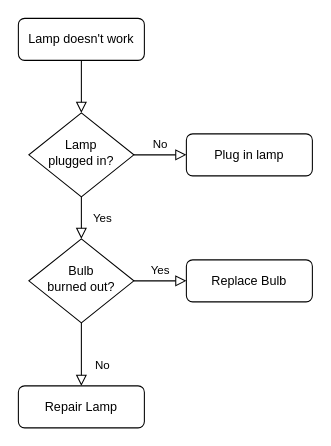
Above: Untitled Diagram.drawio in LFernandoTS/proyectodemo (draw.io), before the change. Source tidied: cells renumbered, new cells numbered last; positions are measured from the earlier drawing's top-left corner, leaving out a move shared by most shapes. Both pictures are drawn from the tidied source at 105%, with x=0, y=0 at pixel (18, 18).
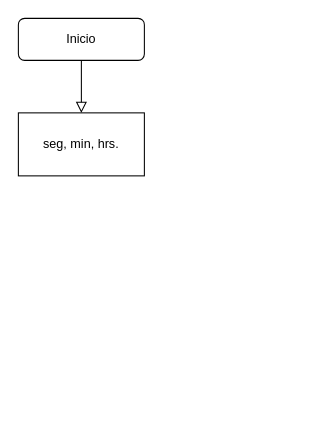
The same diagram, later.

What changed in the source:
```diff
@@
 <mxGraphModel>
   <root>
     <mxCell id="0" />
     <mxCell id="1" parent="0" />
-    <mxCell id="2" style="rounded=0;html=1;jettySize=auto;fontSize=11;endArrow=block;endFill=0;endSize=8;strokeWidth=1;shadow=0;labelBackgroundColor=none;edgeStyle=orthogonalEdgeStyle;" parent="1" edge="1" source="3" target="6">
+    <mxCell id="2" style="rounded=0;html=1;jettySize=auto;fontSize=11;endArrow=block;endFill=0;endSize=8;strokeWidth=1;shadow=0;labelBackgroundColor=none;edgeStyle=orthogonalEdgeStyle;entryX=0.5;entryY=0;entryDx=0;entryDy=0;" parent="1" edge="1" source="3" target="13">
       <mxGeometry relative="1" as="geometry" />
     </mxCell>
-    <mxCell id="3" value="Lamp doesn't work" style="rounded=1;whiteSpace=wrap;html=1;fontSize=12;glass=0;strokeWidth=1;shadow=0;" parent="1" vertex="1">
+    <mxCell id="3" value="Inicio" style="rounded=1;whiteSpace=wrap;html=1;fontSize=12;glass=0;strokeWidth=1;shadow=0;" parent="1" vertex="1">
       <mxGeometry width="120" height="40" as="geometry" />
     </mxCell>
-    <mxCell id="4" value="Yes" style="rounded=0;html=1;jettySize=auto;fontSize=11;endArrow=block;endFill=0;endSize=8;strokeWidth=1;shadow=0;labelBackgroundColor=none;edgeStyle=orthogonalEdgeStyle;" parent="1" edge="1" source="6" target="10">
-      <mxGeometry y="20" relative="1" as="geometry" />
-    </mxCell>
-    <mxCell id="5" value="No" style="edgeStyle=orthogonalEdgeStyle;rounded=0;html=1;jettySize=auto;fontSize=11;endArrow=block;endFill=0;endSize=8;strokeWidth=1;shadow=0;labelBackgroundColor=none;" parent="1" edge="1" source="6" target="7">
-      <mxGeometry y="10" relative="1" as="geometry" />
-    </mxCell>
-    <mxCell id="6" value="Lamp&lt;br&gt;plugged in?" style="rhombus;whiteSpace=wrap;html=1;shadow=0;fontFamily=Helvetica;fontSize=12;align=center;strokeWidth=1;spacing=6;spacingTop=-4;" parent="1" vertex="1">
-      <mxGeometry x="10" y="90" width="100" height="80" as="geometry" />
-    </mxCell>
-    <mxCell id="7" value="Plug in lamp" style="rounded=1;whiteSpace=wrap;html=1;fontSize=12;glass=0;strokeWidth=1;shadow=0;" parent="1" vertex="1">
-      <mxGeometry x="160" y="110" width="120" height="40" as="geometry" />
-    </mxCell>
-    <mxCell id="8" value="No" style="rounded=0;html=1;jettySize=auto;fontSize=11;endArrow=block;endFill=0;endSize=8;strokeWidth=1;shadow=0;labelBackgroundColor=none;edgeStyle=orthogonalEdgeStyle;" parent="1" edge="1" source="10" target="11">
-      <mxGeometry x="0.33" y="20" relative="1" as="geometry" />
-    </mxCell>
-    <mxCell id="9" value="Yes" style="edgeStyle=orthogonalEdgeStyle;rounded=0;html=1;jettySize=auto;fontSize=11;endArrow=block;endFill=0;endSize=8;strokeWidth=1;shadow=0;labelBackgroundColor=none;" parent="1" edge="1" source="10" target="12">
-      <mxGeometry y="10" relative="1" as="geometry" />
-    </mxCell>
-    <mxCell id="10" value="Bulb&lt;br&gt;burned out?" style="rhombus;whiteSpace=wrap;html=1;shadow=0;fontFamily=Helvetica;fontSize=12;align=center;strokeWidth=1;spacing=6;spacingTop=-4;" parent="1" vertex="1">
-      <mxGeometry x="10" y="210" width="100" height="80" as="geometry" />
-    </mxCell>
-    <mxCell id="11" value="Repair Lamp" style="rounded=1;whiteSpace=wrap;html=1;fontSize=12;glass=0;strokeWidth=1;shadow=0;" parent="1" vertex="1">
-      <mxGeometry y="350" width="120" height="40" as="geometry" />
-    </mxCell>
-    <mxCell id="12" value="Replace Bulb" style="rounded=1;whiteSpace=wrap;html=1;fontSize=12;glass=0;strokeWidth=1;shadow=0;" parent="1" vertex="1">
-      <mxGeometry x="160" y="230" width="120" height="40" as="geometry" />
-    </mxCell>
+    <mxCell id="13" value="seg, min, hrs." style="rounded=0;whiteSpace=wrap;html=1;" parent="1" vertex="1">
+      <mxGeometry y="90" width="120" height="60" as="geometry" />
+    </mxCell>
   </root>
 </mxGraphModel>
```
